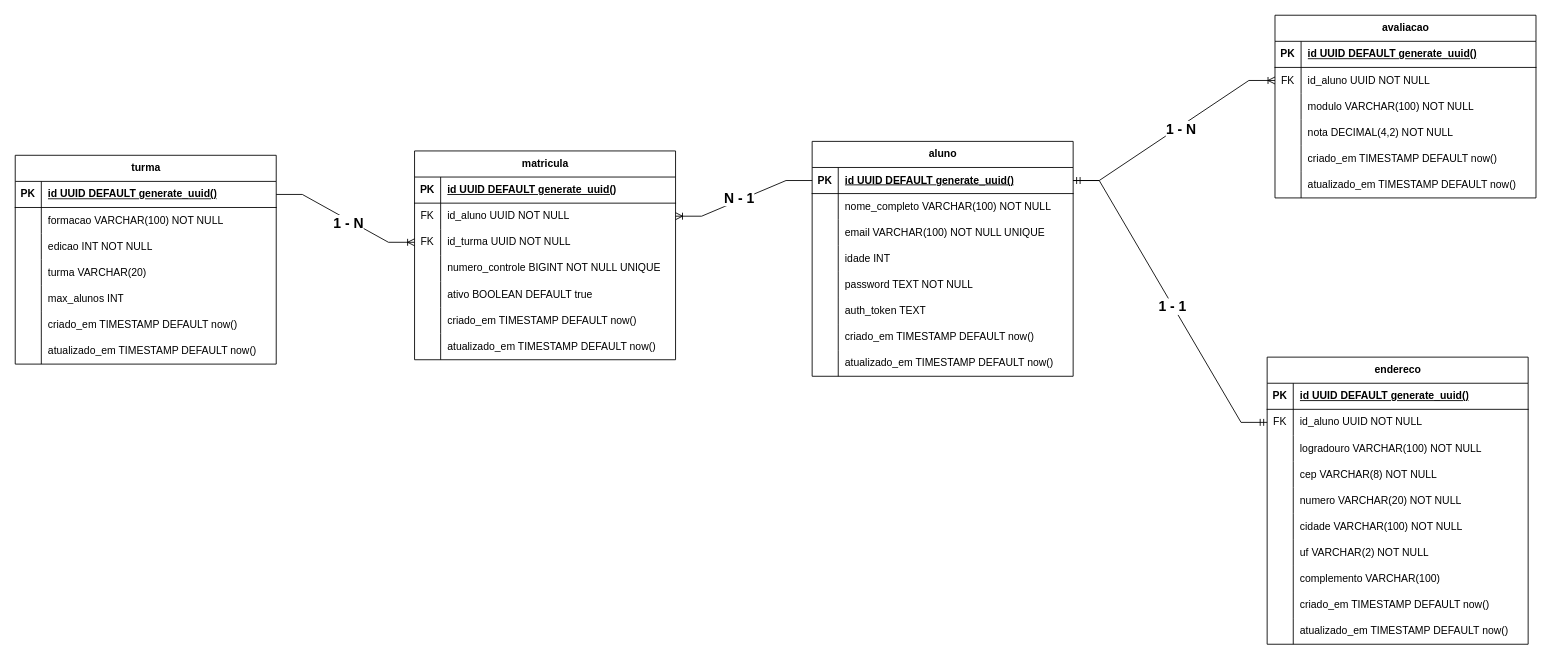
Before: BLOCO-INTERMEDIARIO/BANCO-DE-DADOS-II/api-controle-academico/docs/diagrama.drawio in leticialealperez/STARTER-14ED02, a draw.io diagram. Source tidied: cells renumbered, new cells numbered last; positions are measured from the earlier drawing's top-left corner, leaving out a move shared by most shapes. Both pictures are drawn from the tidied source at 87%, with x=0, y=0 at pixel (15, 15).
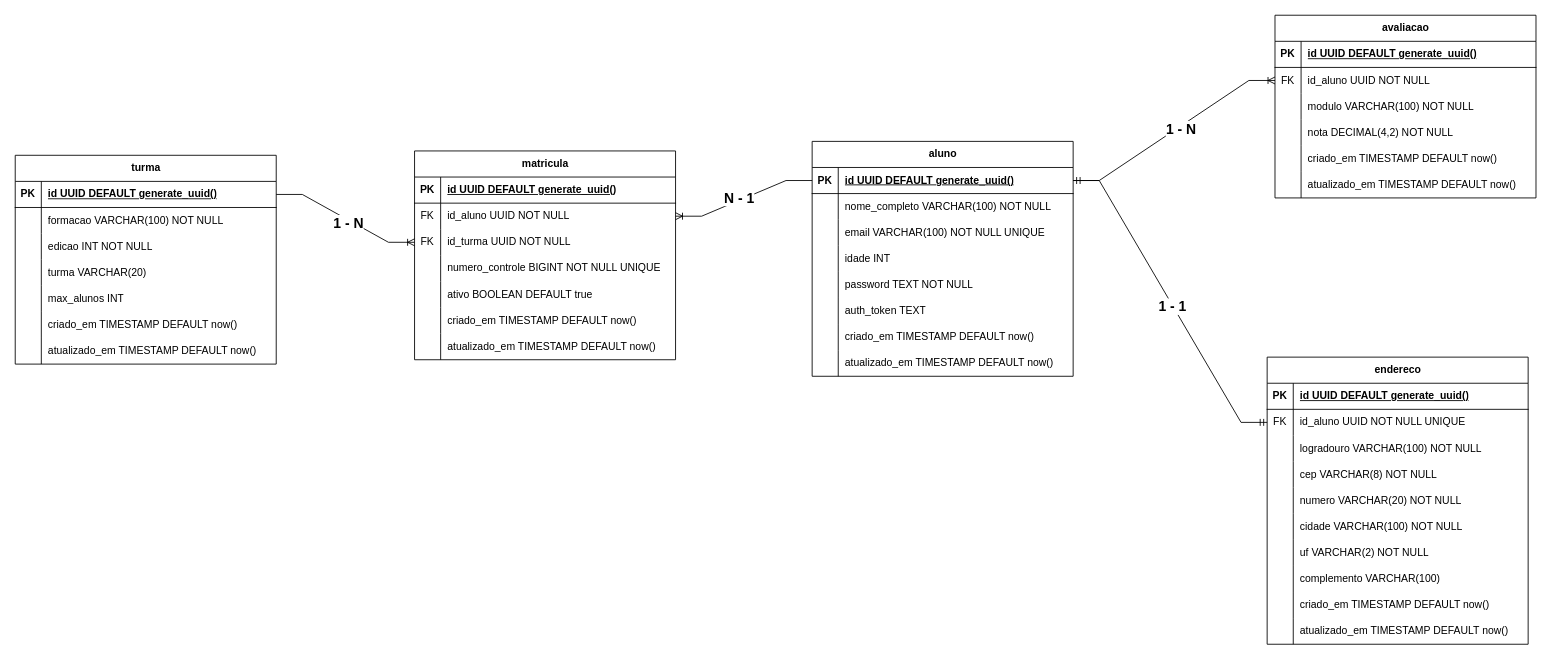
The same diagram, later.

Commit message:
add diagrama aula 03.10

The change refers to these unchanged cells:
```xml
<mxCell id="31" style="shape=tableRow;horizontal=0;startSize=0;swimlaneHead=0;swimlaneBody=0;fillColor=none;points=[[0,0.5],[1,0.5]];portConstraint=eastwest;top=0;left=0;right=0;bottom=0;" parent="27" vertex="1">
  <mxGeometry y="60" width="300" height="30" as="geometry" />
</mxCell>
```

Change to the diagram source:
```diff
@@
-    <mxCell id="33" value="id_aluno UUID NOT NULL" style="shape=partialRectangle;fillColor=none;top=0;left=0;bottom=0;right=0;align=left;spacingLeft=6;overflow=hidden;whiteSpace=wrap;html=1;" parent="31" vertex="1">
+    <mxCell id="33" value="id_aluno UUID NOT NULL UNIQUE" style="shape=partialRectangle;fillColor=none;top=0;left=0;bottom=0;right=0;align=left;spacingLeft=6;overflow=hidden;whiteSpace=wrap;html=1;" parent="31" vertex="1">
       <mxGeometry x="30" width="270" height="30" as="geometry" />
     </mxCell>
```
